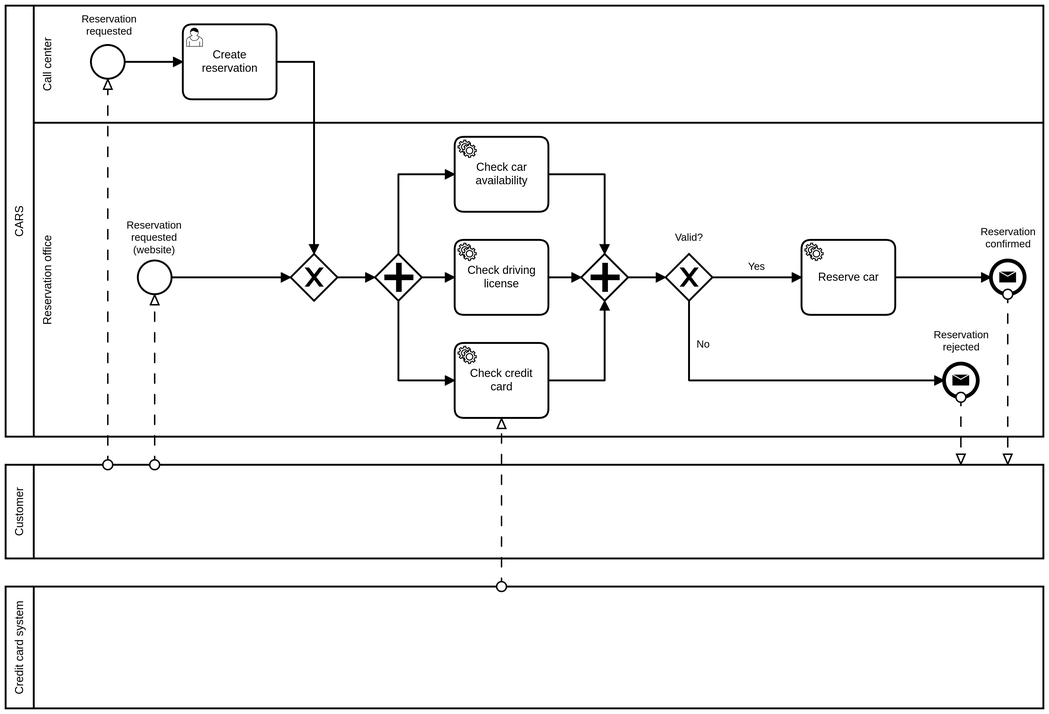
Before: car_rental/models/reservation_process_as_is.png, a diagram exported from BPMN (franco-ruggeri/polito-information-systems). Its source is kept beside it as car_rental/models/reservation_process_as_is.bpmn. Ids are renumbered.
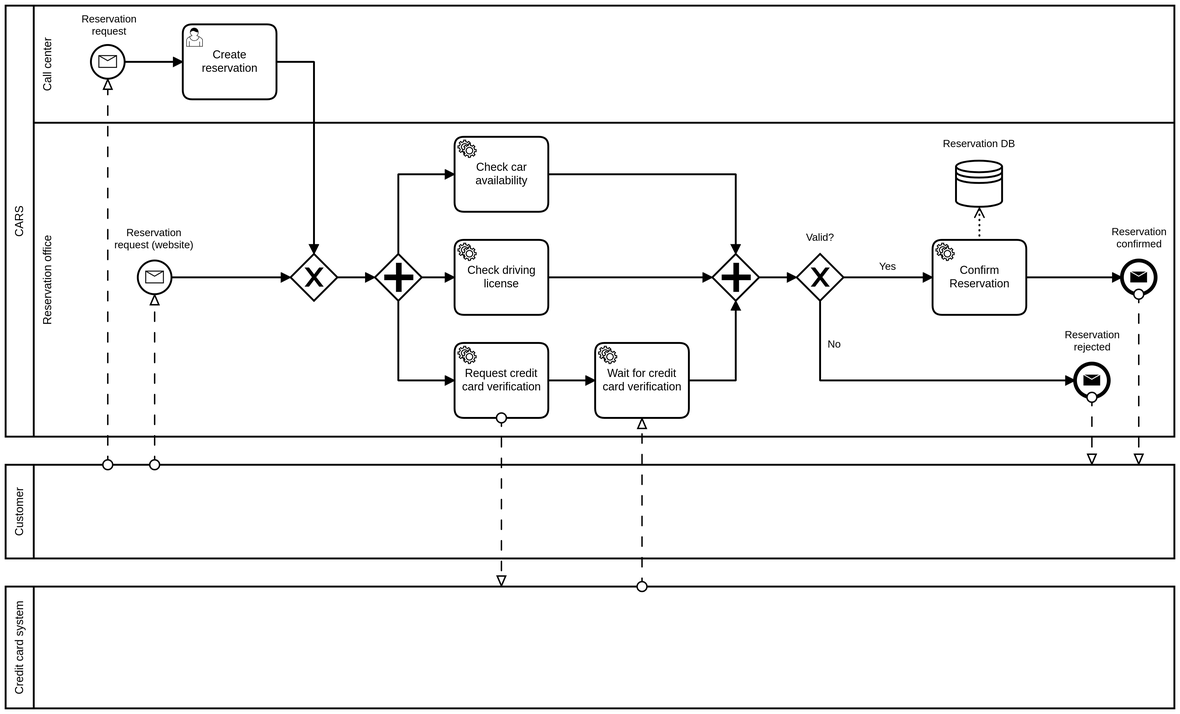
The same diagram one commit later.

What changed in the source:
```diff
@@ -8,21 +8,23 @@
     <bpmn:messageFlow id="Flow_n12" sourceRef="Event_n13" targetRef="Participant_n5" />
     <bpmn:messageFlow id="Flow_n14" sourceRef="Event_n15" targetRef="Participant_n5" />
     <bpmn:messageFlow id="Flow_n16" sourceRef="Participant_n7" targetRef="Activity_n17" />
+    <bpmn:messageFlow id="Flow_n45" sourceRef="Activity_n46" targetRef="Participant_n7" />
   </bpmn:collaboration>
   <bpmn:process id="Process_n4" isExecutable="true">
     <bpmn:laneSet id="LaneSet_n18">
       <bpmn:lane id="Lane_n19" name="Reservation office">
         <bpmn:flowNodeRef>Gateway_n20</bpmn:flowNodeRef>
         <bpmn:flowNodeRef>Gateway_n21</bpmn:flowNodeRef>
+        <bpmn:flowNodeRef>Activity_n24</bpmn:flowNodeRef>
+        <bpmn:flowNodeRef>Activity_n26</bpmn:flowNodeRef>
+        <bpmn:flowNodeRef>Event_n11</bpmn:flowNodeRef>
         <bpmn:flowNodeRef>Activity_n22</bpmn:flowNodeRef>
         <bpmn:flowNodeRef>Event_n13</bpmn:flowNodeRef>
         <bpmn:flowNodeRef>Event_n15</bpmn:flowNodeRef>
         <bpmn:flowNodeRef>Gateway_n23</bpmn:flowNodeRef>
-        <bpmn:flowNodeRef>Event_n11</bpmn:flowNodeRef>
-        <bpmn:flowNodeRef>Activity_n24</bpmn:flowNodeRef>
+        <bpmn:flowNodeRef>Gateway_n25</bpmn:flowNodeRef>
         <bpmn:flowNodeRef>Activity_n17</bpmn:flowNodeRef>
-        <bpmn:flowNodeRef>Gateway_n25</bpmn:flowNodeRef>
-        <bpmn:flowNodeRef>Activity_n26</bpmn:flowNodeRef>
+        <bpmn:flowNodeRef>Activity_n46</bpmn:flowNodeRef>
       </bpmn:lane>
       <bpmn:lane id="Lane_n27" name="Call center">
         <bpmn:flowNodeRef>Activity_n28</bpmn:flowNodeRef>
@@ -35,9 +37,6 @@
       <bpmn:incoming>Flow_n30</bpmn:incoming>
       <bpmn:outgoing>Flow_n29</bpmn:outgoing>
     </bpmn:userTask>
-    <bpmn:startEvent id="StartEvent_1" name="Reservation requested">
-      <bpmn:outgoing>Flow_n30</bpmn:outgoing>
-    </bpmn:startEvent>
     <bpmn:exclusiveGateway id="Gateway_n20">
       <bpmn:incoming>Flow_n29</bpmn:incoming>
       <bpmn:incoming>Flow_n31</bpmn:incoming>
@@ -49,9 +48,37 @@
       <bpmn:outgoing>Flow_n34</bpmn:outgoing>
       <bpmn:outgoing>Flow_n35</bpmn:outgoing>
     </bpmn:parallelGateway>
-    <bpmn:serviceTask id="Activity_n22" name="Reserve car">
+    <bpmn:serviceTask id="Activity_n24" name="Check car availability">
+      <bpmn:incoming>Flow_n33</bpmn:incoming>
+      <bpmn:outgoing>Flow_n42</bpmn:outgoing>
+    </bpmn:serviceTask>
+    <bpmn:serviceTask id="Activity_n26" name="Check driving license">
+      <bpmn:incoming>Flow_n35</bpmn:incoming>
+      <bpmn:outgoing>Flow_n44</bpmn:outgoing>
+    </bpmn:serviceTask>
+    <bpmn:sequenceFlow id="Flow_n31" sourceRef="Event_n11" targetRef="Gateway_n20" />
+    <bpmn:sequenceFlow id="Flow_n32" sourceRef="Gateway_n20" targetRef="Gateway_n21" />
+    <bpmn:sequenceFlow id="Flow_n33" sourceRef="Gateway_n21" targetRef="Activity_n24" />
+    <bpmn:sequenceFlow id="Flow_n34" sourceRef="Gateway_n21" targetRef="Activity_n46" />
+    <bpmn:sequenceFlow id="Flow_n35" sourceRef="Gateway_n21" targetRef="Activity_n26" />
+    <bpmn:sequenceFlow id="Flow_n42" sourceRef="Activity_n24" targetRef="Gateway_n25" />
+    <bpmn:sequenceFlow id="Flow_n43" sourceRef="Activity_n17" targetRef="Gateway_n25" />
+    <bpmn:sequenceFlow id="Flow_n44" sourceRef="Activity_n26" targetRef="Gateway_n25" />
+    <bpmn:startEvent id="Event_n11" name="Reservation request (website)">
+      <bpmn:outgoing>Flow_n31</bpmn:outgoing>
+      <bpmn:messageEventDefinition id="MessageEventDefinition_n47" />
+    </bpmn:startEvent>
+    <bpmn:startEvent id="StartEvent_1" name="Reservation request">
+      <bpmn:outgoing>Flow_n30</bpmn:outgoing>
+      <bpmn:messageEventDefinition id="MessageEventDefinition_n48" />
+    </bpmn:startEvent>
+    <bpmn:sequenceFlow id="Flow_n49" sourceRef="Activity_n46" targetRef="Activity_n17" />
+    <bpmn:serviceTask id="Activity_n22" name="Confirm Reservation">
       <bpmn:incoming>Flow_n36</bpmn:incoming>
       <bpmn:outgoing>Flow_n37</bpmn:outgoing>
+      <bpmn:dataOutputAssociation id="DataOutputAssociation_n50">
+        <bpmn:targetRef>DataStoreReference_n51</bpmn:targetRef>
+      </bpmn:dataOutputAssociation>
     </bpmn:serviceTask>
     <bpmn:endEvent id="Event_n13" name="Reservation rejected">
       <bpmn:incoming>Flow_n38</bpmn:incoming>
@@ -66,89 +93,52 @@
       <bpmn:outgoing>Flow_n38</bpmn:outgoing>
       <bpmn:outgoing>Flow_n36</bpmn:outgoing>
     </bpmn:exclusiveGateway>
-    <bpmn:startEvent id="Event_n11" name="Reservation requested (website)">
-      <bpmn:outgoing>Flow_n31</bpmn:outgoing>
-    </bpmn:startEvent>
-    <bpmn:serviceTask id="Activity_n24" name="Check car availability">
-      <bpmn:incoming>Flow_n33</bpmn:incoming>
-      <bpmn:outgoing>Flow_n42</bpmn:outgoing>
-    </bpmn:serviceTask>
-    <bpmn:serviceTask id="Activity_n17" name="Check credit card">
-      <bpmn:incoming>Flow_n34</bpmn:incoming>
-      <bpmn:outgoing>Flow_n43</bpmn:outgoing>
-    </bpmn:serviceTask>
     <bpmn:parallelGateway id="Gateway_n25">
       <bpmn:incoming>Flow_n42</bpmn:incoming>
       <bpmn:incoming>Flow_n44</bpmn:incoming>
       <bpmn:incoming>Flow_n43</bpmn:incoming>
       <bpmn:outgoing>Flow_n41</bpmn:outgoing>
     </bpmn:parallelGateway>
-    <bpmn:serviceTask id="Activity_n26" name="Check driving license">
-      <bpmn:incoming>Flow_n35</bpmn:incoming>
-      <bpmn:outgoing>Flow_n44</bpmn:outgoing>
-    </bpmn:serviceTask>
-    <bpmn:sequenceFlow id="Flow_n31" sourceRef="Event_n11" targetRef="Gateway_n20" />
-    <bpmn:sequenceFlow id="Flow_n32" sourceRef="Gateway_n20" targetRef="Gateway_n21" />
-    <bpmn:sequenceFlow id="Flow_n33" sourceRef="Gateway_n21" targetRef="Activity_n24" />
-    <bpmn:sequenceFlow id="Flow_n34" sourceRef="Gateway_n21" targetRef="Activity_n17" />
-    <bpmn:sequenceFlow id="Flow_n35" sourceRef="Gateway_n21" targetRef="Activity_n26" />
     <bpmn:sequenceFlow id="Flow_n36" name="Yes" sourceRef="Gateway_n23" targetRef="Activity_n22" />
     <bpmn:sequenceFlow id="Flow_n37" sourceRef="Activity_n22" targetRef="Event_n15" />
     <bpmn:sequenceFlow id="Flow_n38" name="No" sourceRef="Gateway_n23" targetRef="Event_n13" />
     <bpmn:sequenceFlow id="Flow_n41" sourceRef="Gateway_n25" targetRef="Gateway_n23" />
-    <bpmn:sequenceFlow id="Flow_n42" sourceRef="Activity_n24" targetRef="Gateway_n25" />
-    <bpmn:sequenceFlow id="Flow_n43" sourceRef="Activity_n17" targetRef="Gateway_n25" />
-    <bpmn:sequenceFlow id="Flow_n44" sourceRef="Activity_n26" targetRef="Gateway_n25" />
+    <bpmn:dataStoreReference id="DataStoreReference_n51" name="Reservation DB" />
+    <bpmn:serviceTask id="Activity_n17" name="Wait for credit card verification">
+      <bpmn:incoming>Flow_n49</bpmn:incoming>
+      <bpmn:outgoing>Flow_n43</bpmn:outgoing>
+    </bpmn:serviceTask>
+    <bpmn:serviceTask id="Activity_n46" name="Request credit card verification">
+      <bpmn:incoming>Flow_n34</bpmn:incoming>
+      <bpmn:outgoing>Flow_n49</bpmn:outgoing>
+    </bpmn:serviceTask>
   </bpmn:process>
   <bpmn:process id="Process_n6" isExecutable="false" />
   <bpmn:process id="Process_n8" isExecutable="false" />
   <bpmndi:BPMNDiagram id="BPMNDiagram_1">
     <bpmndi:BPMNPlane id="BPMNPlane_1" bpmnElement="Collaboration_n2">
       <bpmndi:BPMNShape id="Participant_n3_di" bpmnElement="Participant_n3" isHorizontal="true">
-        <dc:Bounds x="121" y="110" width="1107" height="460" />
+        <dc:Bounds x="121" y="110" width="1247" height="460" />
       </bpmndi:BPMNShape>
       <bpmndi:BPMNShape id="Lane_n27_di" bpmnElement="Lane_n27" isHorizontal="true">
-        <dc:Bounds x="151" y="110" width="1077" height="125" />
+        <dc:Bounds x="151" y="110" width="1217" height="125" />
       </bpmndi:BPMNShape>
       <bpmndi:BPMNShape id="Lane_n19_di" bpmnElement="Lane_n19" isHorizontal="true">
-        <dc:Bounds x="151" y="235" width="1077" height="335" />
+        <dc:Bounds x="151" y="235" width="1217" height="335" />
       </bpmndi:BPMNShape>
       <bpmndi:BPMNEdge id="Flow_n44_di" bpmnElement="Flow_n44">
         <di:waypoint x="700" y="400" />
-        <di:waypoint x="735" y="400" />
+        <di:waypoint x="875" y="400" />
       </bpmndi:BPMNEdge>
       <bpmndi:BPMNEdge id="Flow_n43_di" bpmnElement="Flow_n43">
-        <di:waypoint x="700" y="510" />
-        <di:waypoint x="760" y="510" />
-        <di:waypoint x="760" y="425" />
+        <di:waypoint x="850" y="510" />
+        <di:waypoint x="900" y="510" />
+        <di:waypoint x="900" y="425" />
       </bpmndi:BPMNEdge>
       <bpmndi:BPMNEdge id="Flow_n42_di" bpmnElement="Flow_n42">
         <di:waypoint x="700" y="290" />
-        <di:waypoint x="760" y="290" />
-        <di:waypoint x="760" y="375" />
-      </bpmndi:BPMNEdge>
-      <bpmndi:BPMNEdge id="Flow_n41_di" bpmnElement="Flow_n41">
-        <di:waypoint x="785" y="400" />
-        <di:waypoint x="825" y="400" />
-      </bpmndi:BPMNEdge>
-      <bpmndi:BPMNEdge id="Flow_n38_di" bpmnElement="Flow_n38">
-        <di:waypoint x="850" y="425" />
-        <di:waypoint x="850" y="510" />
-        <di:waypoint x="1122" y="510" />
-        <bpmndi:BPMNLabel>
-          <dc:Bounds x="858" y="465" width="15" height="14" />
-        </bpmndi:BPMNLabel>
-      </bpmndi:BPMNEdge>
-      <bpmndi:BPMNEdge id="Flow_n37_di" bpmnElement="Flow_n37">
-        <di:waypoint x="1070" y="400" />
-        <di:waypoint x="1172" y="400" />
-      </bpmndi:BPMNEdge>
-      <bpmndi:BPMNEdge id="Flow_n36_di" bpmnElement="Flow_n36">
-        <di:waypoint x="875" y="400" />
-        <di:waypoint x="970" y="400" />
-        <bpmndi:BPMNLabel>
-          <dc:Bounds x="913" y="382" width="19" height="14" />
-        </bpmndi:BPMNLabel>
+        <di:waypoint x="900" y="290" />
+        <di:waypoint x="900" y="375" />
       </bpmndi:BPMNEdge>
       <bpmndi:BPMNEdge id="Flow_n35_di" bpmnElement="Flow_n35">
         <di:waypoint x="565" y="400" />
@@ -181,14 +171,35 @@
         <di:waypoint x="450" y="170" />
         <di:waypoint x="450" y="375" />
       </bpmndi:BPMNEdge>
+      <bpmndi:BPMNEdge id="Flow_n49_di" bpmnElement="Flow_n49">
+        <di:waypoint x="700" y="510" />
+        <di:waypoint x="750" y="510" />
+      </bpmndi:BPMNEdge>
+      <bpmndi:BPMNEdge id="Flow_n36_di" bpmnElement="Flow_n36">
+        <di:waypoint x="1015" y="400" />
+        <di:waypoint x="1110" y="400" />
+        <bpmndi:BPMNLabel>
+          <dc:Bounds x="1053" y="382" width="19" height="14" />
+        </bpmndi:BPMNLabel>
+      </bpmndi:BPMNEdge>
+      <bpmndi:BPMNEdge id="Flow_n37_di" bpmnElement="Flow_n37">
+        <di:waypoint x="1210" y="400" />
+        <di:waypoint x="1312" y="400" />
+      </bpmndi:BPMNEdge>
+      <bpmndi:BPMNEdge id="Flow_n38_di" bpmnElement="Flow_n38">
+        <di:waypoint x="990" y="425" />
+        <di:waypoint x="990" y="510" />
+        <di:waypoint x="1262" y="510" />
+        <bpmndi:BPMNLabel>
+          <dc:Bounds x="998" y="465" width="15" height="14" />
+        </bpmndi:BPMNLabel>
+      </bpmndi:BPMNEdge>
+      <bpmndi:BPMNEdge id="Flow_n41_di" bpmnElement="Flow_n41">
+        <di:waypoint x="925" y="400" />
+        <di:waypoint x="965" y="400" />
+      </bpmndi:BPMNEdge>
       <bpmndi:BPMNShape id="Activity_082cy1y_di" bpmnElement="Activity_n28">
         <dc:Bounds x="310" y="130" width="100" height="80" />
-      </bpmndi:BPMNShape>
-      <bpmndi:BPMNShape id="Event_086gqml_di" bpmnElement="StartEvent_1">
-        <dc:Bounds x="212" y="152" width="36" height="36" />
-        <bpmndi:BPMNLabel>
-          <dc:Bounds x="202" y="118" width="59" height="27" />
-        </bpmndi:BPMNLabel>
       </bpmndi:BPMNShape>
       <bpmndi:BPMNShape id="Gateway_n20_di" bpmnElement="Gateway_n20" isMarkerVisible="true">
         <dc:Bounds x="425" y="375" width="50" height="50" />
@@ -196,50 +207,65 @@
       <bpmndi:BPMNShape id="Gateway_17oste3_di" bpmnElement="Gateway_n21">
         <dc:Bounds x="515" y="375" width="50" height="50" />
       </bpmndi:BPMNShape>
-      <bpmndi:BPMNShape id="Activity_1cs5w4l_di" bpmnElement="Activity_n22">
-        <dc:Bounds x="970" y="360" width="100" height="80" />
-      </bpmndi:BPMNShape>
-      <bpmndi:BPMNShape id="Event_1006tid_di" bpmnElement="Event_n13">
-        <dc:Bounds x="1122" y="492" width="36" height="36" />
-        <bpmndi:BPMNLabel>
-          <dc:Bounds x="1111" y="455" width="59" height="27" />
-        </bpmndi:BPMNLabel>
-      </bpmndi:BPMNShape>
-      <bpmndi:BPMNShape id="Event_18gfctf_di" bpmnElement="Event_n15">
-        <dc:Bounds x="1172" y="382" width="36" height="36" />
-        <bpmndi:BPMNLabel>
-          <dc:Bounds x="1161" y="345" width="59" height="27" />
-        </bpmndi:BPMNLabel>
-      </bpmndi:BPMNShape>
-      <bpmndi:BPMNShape id="Gateway_n23_di" bpmnElement="Gateway_n23" isMarkerVisible="true">
-        <dc:Bounds x="825" y="375" width="50" height="50" />
-        <bpmndi:BPMNLabel>
-          <dc:Bounds x="835" y="351" width="30" height="14" />
-        </bpmndi:BPMNLabel>
-      </bpmndi:BPMNShape>
-      <bpmndi:BPMNShape id="Event_0c0r4jg_di" bpmnElement="Event_n11">
-        <dc:Bounds x="262" y="382" width="36" height="36" />
-        <bpmndi:BPMNLabel>
-          <dc:Bounds x="250" y="338" width="59" height="40" />
-        </bpmndi:BPMNLabel>
-      </bpmndi:BPMNShape>
       <bpmndi:BPMNShape id="Activity_1927os1_di" bpmnElement="Activity_n24">
         <dc:Bounds x="600" y="250" width="100" height="80" />
-      </bpmndi:BPMNShape>
-      <bpmndi:BPMNShape id="Activity_0c8jy6v_di" bpmnElement="Activity_n17">
-        <dc:Bounds x="600" y="470" width="100" height="80" />
-      </bpmndi:BPMNShape>
-      <bpmndi:BPMNShape id="Gateway_0e7kzrt_di" bpmnElement="Gateway_n25">
-        <dc:Bounds x="735" y="375" width="50" height="50" />
       </bpmndi:BPMNShape>
       <bpmndi:BPMNShape id="Activity_1t6ueto_di" bpmnElement="Activity_n26">
         <dc:Bounds x="600" y="360" width="100" height="80" />
       </bpmndi:BPMNShape>
+      <bpmndi:BPMNShape id="Event_0346g71_di" bpmnElement="Event_n11">
+        <dc:Bounds x="262" y="382" width="36" height="36" />
+        <bpmndi:BPMNLabel>
+          <dc:Bounds x="237" y="346" width="85" height="27" />
+        </bpmndi:BPMNLabel>
+      </bpmndi:BPMNShape>
+      <bpmndi:BPMNShape id="Event_0vxynw9_di" bpmnElement="StartEvent_1">
+        <dc:Bounds x="212" y="152" width="36" height="36" />
+        <bpmndi:BPMNLabel>
+          <dc:Bounds x="202" y="118" width="59" height="27" />
+        </bpmndi:BPMNLabel>
+      </bpmndi:BPMNShape>
+      <bpmndi:BPMNShape id="Activity_1cs5w4l_di" bpmnElement="Activity_n22">
+        <dc:Bounds x="1110" y="360" width="100" height="80" />
+      </bpmndi:BPMNShape>
+      <bpmndi:BPMNShape id="Event_1006tid_di" bpmnElement="Event_n13">
+        <dc:Bounds x="1262" y="492" width="36" height="36" />
+        <bpmndi:BPMNLabel>
+          <dc:Bounds x="1251" y="455" width="59" height="27" />
+        </bpmndi:BPMNLabel>
+      </bpmndi:BPMNShape>
+      <bpmndi:BPMNShape id="Event_18gfctf_di" bpmnElement="Event_n15">
+        <dc:Bounds x="1312" y="382" width="36" height="36" />
+        <bpmndi:BPMNLabel>
+          <dc:Bounds x="1301" y="345" width="59" height="27" />
+        </bpmndi:BPMNLabel>
+      </bpmndi:BPMNShape>
+      <bpmndi:BPMNShape id="Gateway_n23_di" bpmnElement="Gateway_n23" isMarkerVisible="true">
+        <dc:Bounds x="965" y="375" width="50" height="50" />
+        <bpmndi:BPMNLabel>
+          <dc:Bounds x="975" y="351" width="30" height="14" />
+        </bpmndi:BPMNLabel>
+      </bpmndi:BPMNShape>
+      <bpmndi:BPMNShape id="Gateway_0e7kzrt_di" bpmnElement="Gateway_n25">
+        <dc:Bounds x="875" y="375" width="50" height="50" />
+      </bpmndi:BPMNShape>
+      <bpmndi:BPMNShape id="DataStoreReference_n51_di" bpmnElement="DataStoreReference_n51">
+        <dc:Bounds x="1135" y="275" width="50" height="50" />
+        <bpmndi:BPMNLabel>
+          <dc:Bounds x="1121" y="251" width="78" height="14" />
+        </bpmndi:BPMNLabel>
+      </bpmndi:BPMNShape>
+      <bpmndi:BPMNShape id="Activity_0c8jy6v_di" bpmnElement="Activity_n17">
+        <dc:Bounds x="750" y="470" width="100" height="80" />
+      </bpmndi:BPMNShape>
+      <bpmndi:BPMNShape id="Activity_00iu614_di" bpmnElement="Activity_n46">
+        <dc:Bounds x="600" y="470" width="100" height="80" />
+      </bpmndi:BPMNShape>
       <bpmndi:BPMNShape id="Participant_n5_di" bpmnElement="Participant_n5" isHorizontal="true">
-        <dc:Bounds x="121" y="600" width="1107" height="100" />
+        <dc:Bounds x="121" y="600" width="1247" height="100" />
       </bpmndi:BPMNShape>
       <bpmndi:BPMNShape id="Participant_n7_di" bpmnElement="Participant_n7" isHorizontal="true">
-        <dc:Bounds x="121" y="730" width="1107" height="130" />
+        <dc:Bounds x="121" y="730" width="1247" height="130" />
       </bpmndi:BPMNShape>
       <bpmndi:BPMNEdge id="Flow_n9_di" bpmnElement="Flow_n9">
         <di:waypoint x="230" y="600" />
@@ -250,16 +276,24 @@
         <di:waypoint x="280" y="418" />
       </bpmndi:BPMNEdge>
       <bpmndi:BPMNEdge id="Flow_n12_di" bpmnElement="Flow_n12">
-        <di:waypoint x="1140" y="528" />
-        <di:waypoint x="1140" y="600" />
+        <di:waypoint x="1280" y="528" />
+        <di:waypoint x="1280" y="600" />
       </bpmndi:BPMNEdge>
       <bpmndi:BPMNEdge id="Flow_n14_di" bpmnElement="Flow_n14">
-        <di:waypoint x="1190" y="418" />
-        <di:waypoint x="1190" y="600" />
+        <di:waypoint x="1330" y="418" />
+        <di:waypoint x="1330" y="600" />
       </bpmndi:BPMNEdge>
       <bpmndi:BPMNEdge id="Flow_n16_di" bpmnElement="Flow_n16">
+        <di:waypoint x="800" y="730" />
+        <di:waypoint x="800" y="550" />
+      </bpmndi:BPMNEdge>
+      <bpmndi:BPMNEdge id="DataOutputAssociation_n50_di" bpmnElement="DataOutputAssociation_n50">
+        <di:waypoint x="1160" y="360" />
+        <di:waypoint x="1160" y="325" />
+      </bpmndi:BPMNEdge>
+      <bpmndi:BPMNEdge id="Flow_n45_di" bpmnElement="Flow_n45">
+        <di:waypoint x="650" y="550" />
         <di:waypoint x="650" y="730" />
-        <di:waypoint x="650" y="550" />
       </bpmndi:BPMNEdge>
     </bpmndi:BPMNPlane>
   </bpmndi:BPMNDiagram>
```
